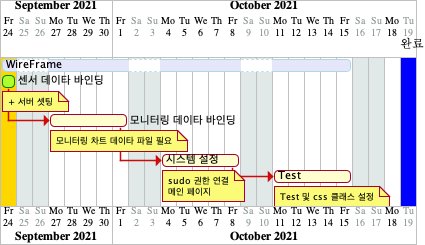
Above: static/schedule.png in shallbe40d/django-skel (PlantUML), before the change. The source it was exported from:
```plantuml
@startuml
saturday are closed
sunday are closed
Project starts the 24 of September 2021
[WireFrame] as [T1] lasts 16 days
[T1] is colored in Lavender/LightBlue
[센서 데이타 바인딩] lasts 1 days
[센서 데이타 바인딩] is colored in GreenYellow/Green
note bottom
+ 서버 셋팅
end note
[모니터링 데이타 바인딩] lasts 5 days
note bottom
모니터링 차트 데이타 파일 필요
end note

[시스템 설정] lasts 5 days
note bottom
sudo 권한 연결
메인 페이지
end note

[Test] lasts 5 days
note bottom
Test 및 css 클래스 설정
end note

[센서 데이타 바인딩]->[모니터링 데이타 바인딩]
[모니터링 데이타 바인딩]->[시스템 설정]
[시스템 설정]->[Test]

2021-10-19 to 2021-10-19 is closed
2021-10-19 to 2021-10-19 are named [완료]
2021-10-19 to 2021-10-19 are colored in blue
2021-09-24 to 2021-09-24 are colored in gold
@enduml
```
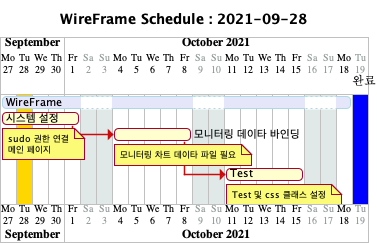
The same file after the commit.

Diff of the diagram source:
```diff
@@ -1,36 +1,36 @@
 @startuml
+!$today  = %date("yyyy-MM-dd")
+!$start = "2021-09-27"
+title WireFrame Schedule : $today
+
 saturday are closed
 sunday are closed
-Project starts the 24 of September 2021
+
+Project starts $start
 [WireFrame] as [T1] lasts 16 days
 [T1] is colored in Lavender/LightBlue
-[센서 데이타 바인딩] lasts 1 days
-[센서 데이타 바인딩] is colored in GreenYellow/Green
-note bottom
-+ 서버 셋팅
-end note
-[모니터링 데이타 바인딩] lasts 5 days
-note bottom
-모니터링 차트 데이타 파일 필요
-end note
 
 [시스템 설정] lasts 5 days
 note bottom
-sudo 권한 연결
-메인 페이지
+		sudo 권한 연결
+		메인 페이지
+end note
+
+[모니터링 데이타 바인딩] lasts 5 days
+note bottom
+		모니터링 차트 데이타 파일 필요
 end note
 
 [Test] lasts 5 days
 note bottom
-Test 및 css 클래스 설정
+		Test 및 css 클래스 설정
 end note
 
-[센서 데이타 바인딩]->[모니터링 데이타 바인딩]
-[모니터링 데이타 바인딩]->[시스템 설정]
-[시스템 설정]->[Test]
+[시스템 설정]->[모니터링 데이타 바인딩]
+[모니터링 데이타 바인딩]->[Test]
 
 2021-10-19 to 2021-10-19 is closed
 2021-10-19 to 2021-10-19 are named [완료]
 2021-10-19 to 2021-10-19 are colored in blue
-2021-09-24 to 2021-09-24 are colored in gold
+$today to $today are colored in gold
 @enduml
```
